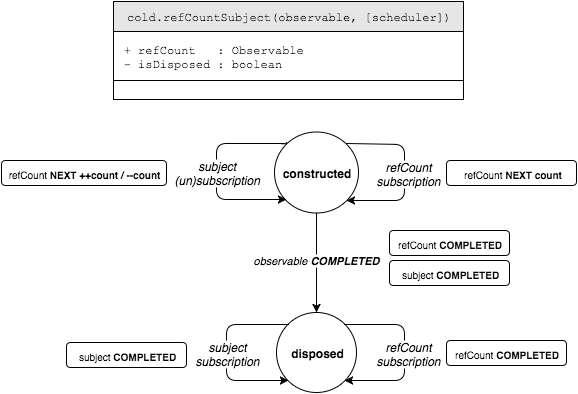
This is cold/ref-count-subject.png from bholloway/rxjs-operators, a draw.io export, as it was before one commit. Source tidied: cells renumbered, new cells last; positions are measured from the earlier drawing's top-left corner, leaving out a move shared by most shapes. Its diagram source:
```xml
<mxGraphModel background="#ffffff">
  <root>
    <mxCell id="0" />
    <mxCell id="1" parent="0" />
    <mxCell id="2" style="group;" parent="1" vertex="1">
      <mxGeometry width="575" height="391" as="geometry" />
    </mxCell>
    <mxCell id="3" style="group;" parent="2" vertex="1">
      <mxGeometry y="130" width="575" height="261" as="geometry" />
    </mxCell>
    <mxCell id="4" value="disposed" style="ellipse;whiteSpace=wrap;html=1;fillColor=#ffffff;fontStyle=1;" parent="3" vertex="1">
      <mxGeometry x="275" y="181" width="80" height="80" as="geometry" />
    </mxCell>
    <mxCell id="5" value="&lt;i&gt;&lt;span&gt;observable&amp;nbsp;&lt;/span&gt;&lt;b&gt;COMPLETED&lt;/b&gt;&lt;/i&gt;" style="endArrow=classic;html=1;entryX=0.5;entryY=0;exitX=0.5;exitY=1;" parent="3" edge="1" source="14" target="4">
      <mxGeometry x="-0.06" relative="1" as="geometry" />
    </mxCell>
    <mxCell id="6" value="&lt;font style=&quot;font-size: 10px&quot;&gt;refCount&lt;b&gt;&amp;nbsp;&lt;/b&gt;&lt;b&gt;COMPLETED&lt;/b&gt;&lt;/font&gt;" style="rounded=1;whiteSpace=wrap;html=1;strokeColor=#000000;fillColor=#ffffff;align=center;" parent="3" vertex="1">
      <mxGeometry x="388" y="99" width="120" height="25" as="geometry" />
    </mxCell>
    <mxCell id="7" value="&lt;font style=&quot;font-size: 10px&quot;&gt;subject&lt;b&gt;&amp;nbsp;&lt;/b&gt;&lt;b&gt;COMPLETED&lt;/b&gt;&lt;/font&gt;" style="rounded=1;whiteSpace=wrap;html=1;strokeColor=#000000;fillColor=#ffffff;align=center;" parent="3" vertex="1">
      <mxGeometry x="388" y="129" width="120" height="25" as="geometry" />
    </mxCell>
    <mxCell id="8" style="edgeStyle=segmentEdgeStyle;endArrow=classic;html=1;entryX=0;entryY=1;" parent="3" edge="1" target="4">
      <mxGeometry relative="1" as="geometry">
        <mxPoint x="287" y="193" as="sourcePoint" />
        <Array as="points">
          <mxPoint x="225" y="193" />
          <mxPoint x="225" y="249" />
        </Array>
      </mxGeometry>
    </mxCell>
    <mxCell id="9" value="&lt;div&gt;&lt;i&gt;subject&lt;/i&gt;&lt;br&gt;&lt;/div&gt;&lt;div&gt;&lt;i&gt;subscription&lt;/i&gt;&lt;/div&gt;" style="text;html=1;align=center;verticalAlign=middle;labelBackgroundColor=#ffffff;" parent="8" vertex="1">
      <mxGeometry y="1" relative="1" as="geometry">
        <mxPoint x="-1" as="offset" />
      </mxGeometry>
    </mxCell>
    <mxCell id="10" value="&lt;font style=&quot;font-size: 10px&quot;&gt;subject&lt;b&gt;&amp;nbsp;&lt;/b&gt;&lt;b&gt;COMPLETED&lt;/b&gt;&lt;/font&gt;" style="rounded=1;whiteSpace=wrap;html=1;strokeColor=#000000;fillColor=#ffffff;align=center;" parent="3" vertex="1">
      <mxGeometry x="65" y="211" width="120" height="25" as="geometry" />
    </mxCell>
    <mxCell id="11" value="&lt;font style=&quot;font-size: 10px&quot;&gt;refCount&lt;b&gt;&amp;nbsp;&lt;/b&gt;&lt;b&gt;COMPLETED&lt;/b&gt;&lt;/font&gt;" style="rounded=1;whiteSpace=wrap;html=1;strokeColor=#000000;fillColor=#ffffff;align=center;" parent="3" vertex="1">
      <mxGeometry x="445" y="209" width="120" height="25" as="geometry" />
    </mxCell>
    <mxCell id="12" style="edgeStyle=segmentEdgeStyle;endArrow=classic;html=1;entryX=1;entryY=1;exitX=1;exitY=0;" parent="3" edge="1" source="4" target="4">
      <mxGeometry x="403.2" y="192.9" as="geometry">
        <Array as="points">
          <mxPoint x="403" y="193" />
          <mxPoint x="403" y="249" />
        </Array>
      </mxGeometry>
    </mxCell>
    <mxCell id="13" value="&lt;div&gt;&lt;i&gt;refCount&lt;/i&gt;&lt;/div&gt;&lt;div&gt;&lt;i&gt;subscription&lt;/i&gt;&lt;/div&gt;" style="text;html=1;align=center;verticalAlign=middle;labelBackgroundColor=#ffffff;" parent="12" vertex="1">
      <mxGeometry y="1" relative="1" as="geometry">
        <mxPoint x="2" as="offset" />
      </mxGeometry>
    </mxCell>
    <mxCell id="14" value="constructed" style="ellipse;whiteSpace=wrap;html=1;fillColor=#ffffff;fontStyle=1;" parent="3" vertex="1">
      <mxGeometry x="273" width="84" height="81" as="geometry" />
    </mxCell>
    <mxCell id="15" style="edgeStyle=segmentEdgeStyle;endArrow=classic;html=1;exitX=0;exitY=0;entryX=0;entryY=1;" parent="3" edge="1">
      <mxGeometry x="215" y="12" as="geometry">
        <mxPoint x="285.4" y="11" as="sourcePoint" />
        <mxPoint x="285.4" y="68.2" as="targetPoint" />
        <Array as="points">
          <mxPoint x="275" y="12" />
          <mxPoint x="215" y="12" />
          <mxPoint x="215" y="68" />
        </Array>
      </mxGeometry>
    </mxCell>
    <mxCell id="16" value="&lt;div&gt;&lt;i&gt;subject&lt;/i&gt;&lt;/div&gt;&lt;div&gt;&lt;i&gt;(un)subscription&lt;/i&gt;&lt;/div&gt;" style="text;html=1;align=center;verticalAlign=middle;labelBackgroundColor=#ffffff;" parent="15" vertex="1">
      <mxGeometry y="1" relative="1" as="geometry">
        <mxPoint x="-1" as="offset" />
      </mxGeometry>
    </mxCell>
    <mxCell id="17" value="&lt;font style=&quot;font-size: 10px&quot;&gt;refCount&lt;b&gt;&amp;nbsp;&lt;/b&gt;&lt;b&gt;NEXT count&lt;/b&gt;&lt;/font&gt;" style="rounded=1;whiteSpace=wrap;html=1;strokeColor=#000000;fillColor=#ffffff;align=center;" parent="3" vertex="1">
      <mxGeometry x="445" y="29" width="130" height="25" as="geometry" />
    </mxCell>
    <mxCell id="18" style="edgeStyle=segmentEdgeStyle;endArrow=classic;html=1;entryX=1;entryY=1;exitX=1;exitY=0;" parent="3" edge="1" source="14" target="14">
      <mxGeometry x="403.2" y="12.9" as="geometry">
        <Array as="points">
          <mxPoint x="403" y="13" />
          <mxPoint x="403" y="69" />
        </Array>
      </mxGeometry>
    </mxCell>
    <mxCell id="19" value="&lt;div&gt;&lt;i&gt;refCount&lt;/i&gt;&lt;/div&gt;&lt;div&gt;&lt;i&gt;subscription&lt;/i&gt;&lt;/div&gt;" style="text;html=1;align=center;verticalAlign=middle;labelBackgroundColor=#ffffff;" parent="18" vertex="1">
      <mxGeometry y="1" relative="1" as="geometry">
        <mxPoint x="2" as="offset" />
      </mxGeometry>
    </mxCell>
    <mxCell id="20" value="&lt;font style=&quot;font-size: 10px&quot;&gt;refCount&lt;b&gt;&amp;nbsp;&lt;/b&gt;&lt;b&gt;NEXT ++count / --count&lt;/b&gt;&lt;/font&gt;" style="rounded=1;whiteSpace=wrap;html=1;strokeColor=#000000;fillColor=#ffffff;align=center;" parent="3" vertex="1">
      <mxGeometry y="29" width="165" height="25" as="geometry" />
    </mxCell>
    <mxCell id="21" style="group;" parent="2" vertex="1">
      <mxGeometry x="112" width="350" height="98" as="geometry" />
    </mxCell>
    <mxCell id="22" value="&lt;span&gt;cold.&lt;/span&gt;refCountSubject(observable, [scheduler])" style="whiteSpace=wrap;html=1;fillColor=#E6E6E6;fontFamily=Courier New;" parent="21" vertex="1">
      <mxGeometry width="350" height="30" as="geometry" />
    </mxCell>
    <mxCell id="23" value="&lt;span&gt;&amp;nbsp;+ refCount &amp;nbsp; :&amp;nbsp;Observable&lt;/span&gt;&lt;div&gt;&amp;nbsp;- isDisposed : boolean&lt;/div&gt;" style="whiteSpace=wrap;html=1;fillColor=none;align=left;fontFamily=Courier New;" parent="21" vertex="1">
      <mxGeometry y="30" width="350" height="49" as="geometry" />
    </mxCell>
    <mxCell id="24" style="whiteSpace=wrap;html=1;fillColor=none;align=left;fontFamily=Courier New;" parent="21" vertex="1">
      <mxGeometry y="79" width="350" height="19" as="geometry" />
    </mxCell>
  </root>
</mxGraphModel>
```
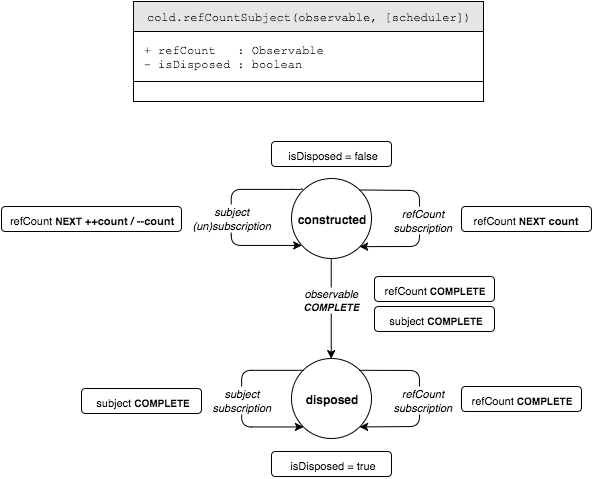
Above is the later version.

What changed in the source:
```diff
@@ -2,106 +2,112 @@
   <root>
     <mxCell id="0" />
     <mxCell id="1" parent="0" />
-    <mxCell id="2" style="group;" parent="1" vertex="1">
-      <mxGeometry width="575" height="391" as="geometry" />
-    </mxCell>
-    <mxCell id="3" style="group;" parent="2" vertex="1">
-      <mxGeometry y="130" width="575" height="261" as="geometry" />
-    </mxCell>
+    <mxCell id="25" style="group;" parent="1" vertex="1">
+      <mxGeometry x="-8" y="10" width="590" height="475" as="geometry" />
+    </mxCell>
+    <mxCell id="26" style="group;" parent="25" vertex="1">
+      <mxGeometry x="132" width="350" height="100" as="geometry" />
+    </mxCell>
+    <mxCell id="22" value="&lt;span&gt;cold.&lt;/span&gt;refCountSubject(observable, [scheduler])" style="whiteSpace=wrap;html=1;fillColor=#E6E6E6;fontFamily=Courier New;" parent="26" vertex="1">
+      <mxGeometry width="350" height="30" as="geometry" />
+    </mxCell>
+    <mxCell id="23" value="&lt;span&gt;&amp;nbsp;+ refCount &amp;nbsp; :&amp;nbsp;Observable&lt;/span&gt;&lt;div&gt;&amp;nbsp;- isDisposed : boolean&lt;/div&gt;" style="whiteSpace=wrap;html=1;fillColor=none;align=left;fontFamily=Courier New;" parent="26" vertex="1">
+      <mxGeometry y="30" width="350" height="50" as="geometry" />
+    </mxCell>
+    <mxCell id="24" style="whiteSpace=wrap;html=1;fillColor=none;align=left;fontFamily=Courier New;" parent="26" vertex="1">
+      <mxGeometry y="80" width="350" height="20" as="geometry" />
+    </mxCell>
+    <mxCell id="27" style="group;" parent="25" vertex="1">
+      <mxGeometry y="140" width="590" height="335" as="geometry" />
+    </mxCell>
+    <mxCell id="28" value="&lt;font style=&quot;font-size: 11px&quot;&gt;isDisposed = true&lt;/font&gt;" style="rounded=1;whiteSpace=wrap;html=1;strokeColor=#000000;fillColor=#ffffff;align=center;" parent="27" vertex="1">
+      <mxGeometry x="270" y="310" width="120" height="25" as="geometry" />
+    </mxCell>
+    <mxCell id="29" value="&lt;font style=&quot;font-size: 11px&quot;&gt;isDisposed = false&lt;/font&gt;" style="rounded=1;whiteSpace=wrap;html=1;strokeColor=#000000;fillColor=#ffffff;align=center;" parent="27" vertex="1">
+      <mxGeometry x="270" width="120" height="25" as="geometry" />
+    </mxCell>
-    <mxCell id="4" value="disposed" style="ellipse;whiteSpace=wrap;html=1;fillColor=#ffffff;fontStyle=1;" parent="3" vertex="1">
-      <mxGeometry x="275" y="181" width="80" height="80" as="geometry" />
+    <mxCell id="4" value="disposed" style="ellipse;whiteSpace=wrap;html=1;fillColor=#ffffff;fontStyle=1;" parent="27" vertex="1">
+      <mxGeometry x="290" y="217" width="80" height="80" as="geometry" />
     </mxCell>
-    <mxCell id="5" value="&lt;i&gt;&lt;span&gt;observable&amp;nbsp;&lt;/span&gt;&lt;b&gt;COMPLETED&lt;/b&gt;&lt;/i&gt;" style="endArrow=classic;html=1;entryX=0.5;entryY=0;exitX=0.5;exitY=1;" parent="3" edge="1" source="14" target="4">
-      <mxGeometry x="-0.06" relative="1" as="geometry" />
+    <mxCell id="5" value="&lt;i&gt;&lt;span&gt;observable&lt;/span&gt;&lt;/i&gt;&lt;div&gt;&lt;i&gt;&lt;b&gt;&lt;font style=&quot;font-size: 10px&quot;&gt;COMPLETE&lt;/font&gt;&lt;/b&gt;&lt;/i&gt;&lt;/div&gt;" style="endArrow=classic;html=1;entryX=0.5;entryY=0;exitX=0.5;exitY=1;" parent="27" edge="1" source="14" target="4">
+      <mxGeometry x="-0.18" relative="1" as="geometry" />
     </mxCell>
-    <mxCell id="6" value="&lt;font style=&quot;font-size: 10px&quot;&gt;refCount&lt;b&gt;&amp;nbsp;&lt;/b&gt;&lt;b&gt;COMPLETED&lt;/b&gt;&lt;/font&gt;" style="rounded=1;whiteSpace=wrap;html=1;strokeColor=#000000;fillColor=#ffffff;align=center;" parent="3" vertex="1">
-      <mxGeometry x="388" y="99" width="120" height="25" as="geometry" />
+    <mxCell id="6" value="&lt;font&gt;&lt;span style=&quot;font-size: 11px&quot;&gt;refCount&lt;/span&gt;&lt;b style=&quot;font-size: 11px&quot;&gt;&amp;nbsp;&lt;/b&gt;&lt;b&gt;&lt;font style=&quot;font-size: 10px&quot;&gt;COMPLETE&lt;/font&gt;&lt;/b&gt;&lt;/font&gt;" style="rounded=1;whiteSpace=wrap;html=1;strokeColor=#000000;fillColor=#ffffff;align=center;" parent="27" vertex="1">
+      <mxGeometry x="373" y="135" width="120" height="25" as="geometry" />
     </mxCell>
-    <mxCell id="7" value="&lt;font style=&quot;font-size: 10px&quot;&gt;subject&lt;b&gt;&amp;nbsp;&lt;/b&gt;&lt;b&gt;COMPLETED&lt;/b&gt;&lt;/font&gt;" style="rounded=1;whiteSpace=wrap;html=1;strokeColor=#000000;fillColor=#ffffff;align=center;" parent="3" vertex="1">
-      <mxGeometry x="388" y="129" width="120" height="25" as="geometry" />
+    <mxCell id="7" value="&lt;font&gt;&lt;span style=&quot;font-size: 11px&quot;&gt;subject&lt;/span&gt;&lt;b style=&quot;font-size: 11px&quot;&gt;&amp;nbsp;&lt;/b&gt;&lt;b&gt;&lt;font style=&quot;font-size: 10px&quot;&gt;COMPLETE&lt;/font&gt;&lt;/b&gt;&lt;/font&gt;" style="rounded=1;whiteSpace=wrap;html=1;strokeColor=#000000;fillColor=#ffffff;align=center;" parent="27" vertex="1">
+      <mxGeometry x="373" y="165" width="120" height="25" as="geometry" />
     </mxCell>
-    <mxCell id="8" style="edgeStyle=segmentEdgeStyle;endArrow=classic;html=1;entryX=0;entryY=1;" parent="3" edge="1" target="4">
+    <mxCell id="8" style="edgeStyle=segmentEdgeStyle;endArrow=classic;html=1;entryX=0;entryY=1;" parent="27" edge="1" target="4">
       <mxGeometry relative="1" as="geometry">
-        <mxPoint x="287" y="193" as="sourcePoint" />
+        <mxPoint x="302" y="229" as="sourcePoint" />
         <Array as="points">
-          <mxPoint x="225" y="193" />
-          <mxPoint x="225" y="249" />
+          <mxPoint x="240" y="229" />
+          <mxPoint x="240" y="285" />
         </Array>
       </mxGeometry>
     </mxCell>
-    <mxCell id="9" value="&lt;div&gt;&lt;i&gt;subject&lt;/i&gt;&lt;br&gt;&lt;/div&gt;&lt;div&gt;&lt;i&gt;subscription&lt;/i&gt;&lt;/div&gt;" style="text;html=1;align=center;verticalAlign=middle;labelBackgroundColor=#ffffff;" parent="8" vertex="1">
+    <mxCell id="9" value="&lt;div&gt;&lt;font style=&quot;font-size: 11px&quot;&gt;&lt;i&gt;subject&lt;/i&gt;&lt;br&gt;&lt;/font&gt;&lt;/div&gt;&lt;div&gt;&lt;i&gt;&lt;font style=&quot;font-size: 11px&quot;&gt;subscription&lt;/font&gt;&lt;/i&gt;&lt;/div&gt;" style="text;html=1;align=center;verticalAlign=middle;labelBackgroundColor=#ffffff;" parent="8" vertex="1">
       <mxGeometry y="1" relative="1" as="geometry">
         <mxPoint x="-1" as="offset" />
       </mxGeometry>
     </mxCell>
-    <mxCell id="10" value="&lt;font style=&quot;font-size: 10px&quot;&gt;subject&lt;b&gt;&amp;nbsp;&lt;/b&gt;&lt;b&gt;COMPLETED&lt;/b&gt;&lt;/font&gt;" style="rounded=1;whiteSpace=wrap;html=1;strokeColor=#000000;fillColor=#ffffff;align=center;" parent="3" vertex="1">
-      <mxGeometry x="65" y="211" width="120" height="25" as="geometry" />
+    <mxCell id="10" value="&lt;font&gt;&lt;span style=&quot;font-size: 11px&quot;&gt;subject&lt;/span&gt;&lt;b style=&quot;font-size: 11px&quot;&gt;&amp;nbsp;&lt;/b&gt;&lt;b&gt;&lt;font style=&quot;font-size: 10px&quot;&gt;COMPLETE&lt;/font&gt;&lt;/b&gt;&lt;/font&gt;" style="rounded=1;whiteSpace=wrap;html=1;strokeColor=#000000;fillColor=#ffffff;align=center;" parent="27" vertex="1">
+      <mxGeometry x="80" y="247" width="120" height="25" as="geometry" />
     </mxCell>
-    <mxCell id="11" value="&lt;font style=&quot;font-size: 10px&quot;&gt;refCount&lt;b&gt;&amp;nbsp;&lt;/b&gt;&lt;b&gt;COMPLETED&lt;/b&gt;&lt;/font&gt;" style="rounded=1;whiteSpace=wrap;html=1;strokeColor=#000000;fillColor=#ffffff;align=center;" parent="3" vertex="1">
-      <mxGeometry x="445" y="209" width="120" height="25" as="geometry" />
+    <mxCell id="11" value="&lt;font&gt;&lt;span style=&quot;font-size: 11px&quot;&gt;refCount&lt;/span&gt;&lt;b style=&quot;font-size: 11px&quot;&gt;&amp;nbsp;&lt;/b&gt;&lt;b&gt;&lt;font style=&quot;font-size: 10px&quot;&gt;COMPLETE&lt;/font&gt;&lt;/b&gt;&lt;/font&gt;" style="rounded=1;whiteSpace=wrap;html=1;strokeColor=#000000;fillColor=#ffffff;align=center;" parent="27" vertex="1">
+      <mxGeometry x="460" y="245" width="120" height="25" as="geometry" />
     </mxCell>
-    <mxCell id="12" style="edgeStyle=segmentEdgeStyle;endArrow=classic;html=1;entryX=1;entryY=1;exitX=1;exitY=0;" parent="3" edge="1" source="4" target="4">
-      <mxGeometry x="403.2" y="192.9" as="geometry">
+    <mxCell id="12" style="edgeStyle=segmentEdgeStyle;endArrow=classic;html=1;entryX=1;entryY=1;exitX=1;exitY=0;" parent="27" edge="1" source="4" target="4">
+      <mxGeometry x="418.2" y="228.9" as="geometry">
         <Array as="points">
-          <mxPoint x="403" y="193" />
-          <mxPoint x="403" y="249" />
+          <mxPoint x="418" y="229" />
+          <mxPoint x="418" y="285" />
         </Array>
       </mxGeometry>
     </mxCell>
-    <mxCell id="13" value="&lt;div&gt;&lt;i&gt;refCount&lt;/i&gt;&lt;/div&gt;&lt;div&gt;&lt;i&gt;subscription&lt;/i&gt;&lt;/div&gt;" style="text;html=1;align=center;verticalAlign=middle;labelBackgroundColor=#ffffff;" parent="12" vertex="1">
+    <mxCell id="13" value="&lt;div&gt;&lt;i&gt;&lt;font style=&quot;font-size: 11px&quot;&gt;refCount&lt;/font&gt;&lt;/i&gt;&lt;/div&gt;&lt;div&gt;&lt;i&gt;&lt;font style=&quot;font-size: 11px&quot;&gt;subscription&lt;/font&gt;&lt;/i&gt;&lt;/div&gt;" style="text;html=1;align=center;verticalAlign=middle;labelBackgroundColor=#ffffff;" parent="12" vertex="1">
       <mxGeometry y="1" relative="1" as="geometry">
         <mxPoint x="2" as="offset" />
       </mxGeometry>
     </mxCell>
-    <mxCell id="14" value="constructed" style="ellipse;whiteSpace=wrap;html=1;fillColor=#ffffff;fontStyle=1;" parent="3" vertex="1">
-      <mxGeometry x="273" width="84" height="81" as="geometry" />
+    <mxCell id="14" value="constructed" style="ellipse;whiteSpace=wrap;html=1;fillColor=#ffffff;fontStyle=1;" parent="27" vertex="1">
+      <mxGeometry x="290" y="37" width="80" height="80" as="geometry" />
     </mxCell>
-    <mxCell id="15" style="edgeStyle=segmentEdgeStyle;endArrow=classic;html=1;exitX=0;exitY=0;entryX=0;entryY=1;" parent="3" edge="1">
-      <mxGeometry x="215" y="12" as="geometry">
-        <mxPoint x="285.4" y="11" as="sourcePoint" />
-        <mxPoint x="285.4" y="68.2" as="targetPoint" />
+    <mxCell id="15" style="edgeStyle=segmentEdgeStyle;endArrow=classic;html=1;exitX=0;exitY=0;entryX=0;entryY=1;" parent="27" edge="1">
+      <mxGeometry x="230" y="48" as="geometry">
+        <mxPoint x="300.4" y="47" as="sourcePoint" />
+        <mxPoint x="300.4" y="104.2" as="targetPoint" />
         <Array as="points">
-          <mxPoint x="275" y="12" />
-          <mxPoint x="215" y="12" />
-          <mxPoint x="215" y="68" />
+          <mxPoint x="290" y="48" />
+          <mxPoint x="230" y="48" />
+          <mxPoint x="230" y="104" />
         </Array>
       </mxGeometry>
     </mxCell>
-    <mxCell id="16" value="&lt;div&gt;&lt;i&gt;subject&lt;/i&gt;&lt;/div&gt;&lt;div&gt;&lt;i&gt;(un)subscription&lt;/i&gt;&lt;/div&gt;" style="text;html=1;align=center;verticalAlign=middle;labelBackgroundColor=#ffffff;" parent="15" vertex="1">
+    <mxCell id="16" value="&lt;div&gt;&lt;i&gt;&lt;font style=&quot;font-size: 11px&quot;&gt;subject&lt;/font&gt;&lt;/i&gt;&lt;/div&gt;&lt;div&gt;&lt;i&gt;&lt;font style=&quot;font-size: 11px&quot;&gt;(un)subscription&lt;/font&gt;&lt;/i&gt;&lt;/div&gt;" style="text;html=1;align=center;verticalAlign=middle;labelBackgroundColor=#ffffff;" parent="15" vertex="1">
       <mxGeometry y="1" relative="1" as="geometry">
         <mxPoint x="-1" as="offset" />
       </mxGeometry>
     </mxCell>
-    <mxCell id="17" value="&lt;font style=&quot;font-size: 10px&quot;&gt;refCount&lt;b&gt;&amp;nbsp;&lt;/b&gt;&lt;b&gt;NEXT count&lt;/b&gt;&lt;/font&gt;" style="rounded=1;whiteSpace=wrap;html=1;strokeColor=#000000;fillColor=#ffffff;align=center;" parent="3" vertex="1">
-      <mxGeometry x="445" y="29" width="130" height="25" as="geometry" />
+    <mxCell id="17" value="&lt;font&gt;&lt;span style=&quot;font-size: 11px&quot;&gt;refCount&lt;/span&gt;&lt;b style=&quot;font-size: 11px&quot;&gt;&amp;nbsp;&lt;/b&gt;&lt;b&gt;&lt;font style=&quot;font-size: 10px&quot;&gt;NEXT&lt;/font&gt;&lt;span style=&quot;font-size: 11px&quot;&gt; count&lt;/span&gt;&lt;/b&gt;&lt;/font&gt;" style="rounded=1;whiteSpace=wrap;html=1;strokeColor=#000000;fillColor=#ffffff;align=center;" parent="27" vertex="1">
+      <mxGeometry x="460" y="65" width="130" height="25" as="geometry" />
     </mxCell>
-    <mxCell id="18" style="edgeStyle=segmentEdgeStyle;endArrow=classic;html=1;entryX=1;entryY=1;exitX=1;exitY=0;" parent="3" edge="1" source="14" target="14">
-      <mxGeometry x="403.2" y="12.9" as="geometry">
+    <mxCell id="18" style="edgeStyle=segmentEdgeStyle;endArrow=classic;html=1;entryX=1;entryY=1;exitX=1;exitY=0;" parent="27" edge="1" source="14" target="14">
+      <mxGeometry x="418.2" y="48.9" as="geometry">
         <Array as="points">
-          <mxPoint x="403" y="13" />
-          <mxPoint x="403" y="69" />
+          <mxPoint x="418" y="49" />
+          <mxPoint x="418" y="105" />
         </Array>
       </mxGeometry>
     </mxCell>
-    <mxCell id="19" value="&lt;div&gt;&lt;i&gt;refCount&lt;/i&gt;&lt;/div&gt;&lt;div&gt;&lt;i&gt;subscription&lt;/i&gt;&lt;/div&gt;" style="text;html=1;align=center;verticalAlign=middle;labelBackgroundColor=#ffffff;" parent="18" vertex="1">
+    <mxCell id="19" value="&lt;div&gt;&lt;i&gt;&lt;font style=&quot;font-size: 11px&quot;&gt;refCount&lt;/font&gt;&lt;/i&gt;&lt;/div&gt;&lt;div&gt;&lt;i&gt;&lt;font style=&quot;font-size: 11px&quot;&gt;subscription&lt;/font&gt;&lt;/i&gt;&lt;/div&gt;" style="text;html=1;align=center;verticalAlign=middle;labelBackgroundColor=#ffffff;" parent="18" vertex="1">
       <mxGeometry y="1" relative="1" as="geometry">
         <mxPoint x="2" as="offset" />
       </mxGeometry>
     </mxCell>
-    <mxCell id="20" value="&lt;font style=&quot;font-size: 10px&quot;&gt;refCount&lt;b&gt;&amp;nbsp;&lt;/b&gt;&lt;b&gt;NEXT ++count / --count&lt;/b&gt;&lt;/font&gt;" style="rounded=1;whiteSpace=wrap;html=1;strokeColor=#000000;fillColor=#ffffff;align=center;" parent="3" vertex="1">
-      <mxGeometry y="29" width="165" height="25" as="geometry" />
+    <mxCell id="20" value="&lt;font&gt;&lt;span style=&quot;font-size: 11px&quot;&gt;refCount&lt;/span&gt;&lt;b style=&quot;font-size: 11px&quot;&gt;&amp;nbsp;&lt;/b&gt;&lt;b&gt;&lt;font style=&quot;font-size: 10px&quot;&gt;NEXT&lt;/font&gt;&lt;span style=&quot;font-size: 11px&quot;&gt; ++count / --count&lt;/span&gt;&lt;/b&gt;&lt;/font&gt;" style="rounded=1;whiteSpace=wrap;html=1;strokeColor=#000000;fillColor=#ffffff;align=center;" parent="27" vertex="1">
+      <mxGeometry y="65" width="180" height="25" as="geometry" />
     </mxCell>
-    <mxCell id="21" style="group;" parent="2" vertex="1">
-      <mxGeometry x="112" width="350" height="98" as="geometry" />
-    </mxCell>
-    <mxCell id="22" value="&lt;span&gt;cold.&lt;/span&gt;refCountSubject(observable, [scheduler])" style="whiteSpace=wrap;html=1;fillColor=#E6E6E6;fontFamily=Courier New;" parent="21" vertex="1">
-      <mxGeometry width="350" height="30" as="geometry" />
-    </mxCell>
-    <mxCell id="23" value="&lt;span&gt;&amp;nbsp;+ refCount &amp;nbsp; :&amp;nbsp;Observable&lt;/span&gt;&lt;div&gt;&amp;nbsp;- isDisposed : boolean&lt;/div&gt;" style="whiteSpace=wrap;html=1;fillColor=none;align=left;fontFamily=Courier New;" parent="21" vertex="1">
-      <mxGeometry y="30" width="350" height="49" as="geometry" />
-    </mxCell>
-    <mxCell id="24" style="whiteSpace=wrap;html=1;fillColor=none;align=left;fontFamily=Courier New;" parent="21" vertex="1">
-      <mxGeometry y="79" width="350" height="19" as="geometry" />
-    </mxCell>
   </root>
 </mxGraphModel>
```
